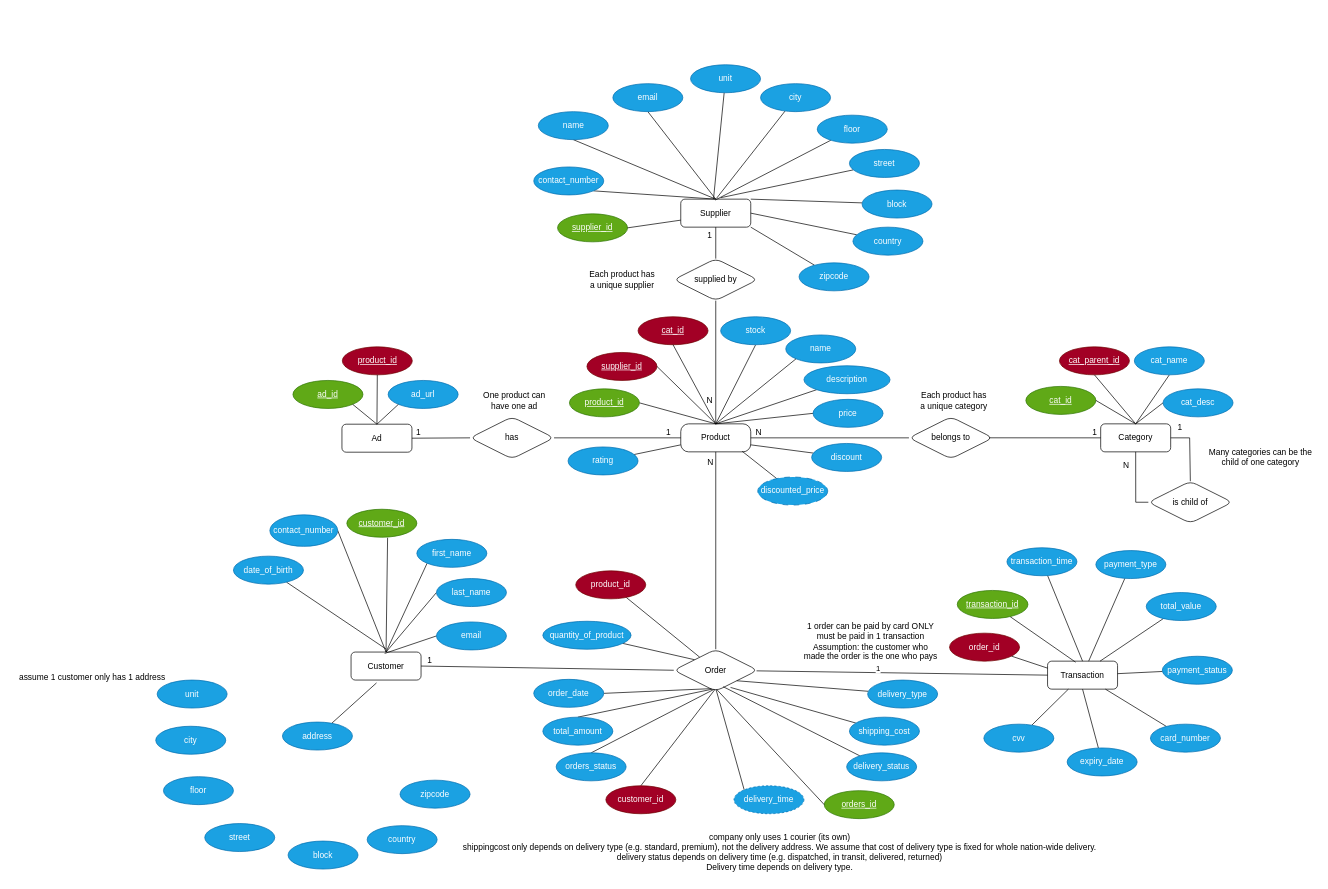
Earlier version of the draw.io diagram E_R_Diagram/ER_Diag.drawio (diego-karsa/Data-Management-Group-15). Source tidied: cells renumbered, new cells numbered last; positions are measured from the earlier drawing's top-left corner, leaving out a move shared by most shapes. Both pictures are drawn from the tidied source at 70%, with x=0, y=0 at pixel (12, 64).
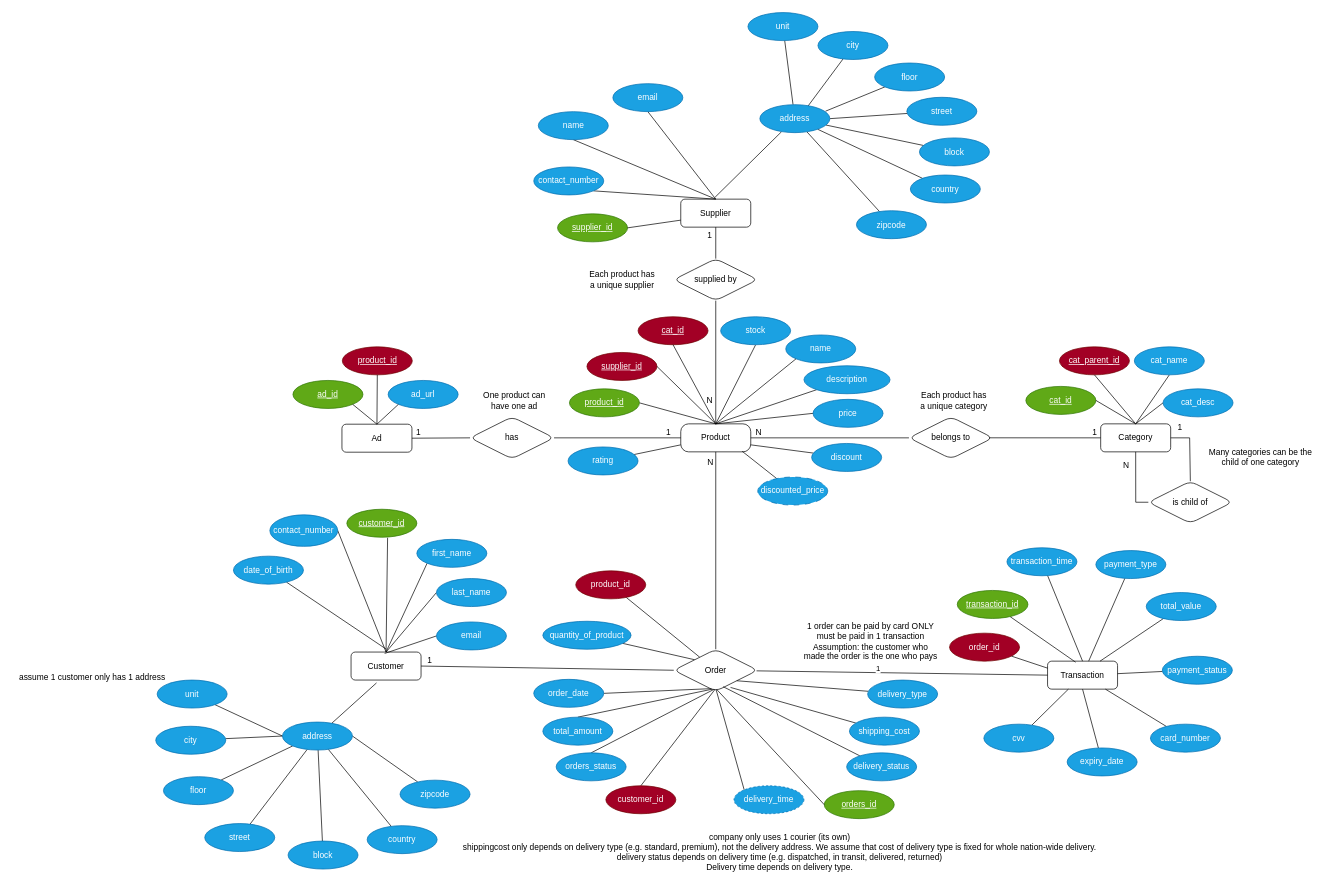
After the change.

The change refers to these unchanged cells:
```xml
<mxCell id="9" value="Supplier" style="whiteSpace=wrap;html=1;align=center;rounded=1;" parent="1" vertex="1">
  <mxGeometry x="955" y="192" width="100" height="40" as="geometry" />
</mxCell>
<mxCell id="113" value="&lt;div&gt;country&lt;/div&gt;" style="ellipse;whiteSpace=wrap;html=1;align=center;fontStyle=0;rounded=1;fillColor=#1ba1e2;fontColor=#ffffff;strokeColor=#006EAF;" parent="1" vertex="1">
  <mxGeometry x="507" y="1087" width="100" height="40" as="geometry" />
</mxCell>
<mxCell id="114" value="&lt;div&gt;unit&lt;/div&gt;" style="ellipse;whiteSpace=wrap;html=1;align=center;fontStyle=0;rounded=1;fillColor=#1ba1e2;fontColor=#ffffff;strokeColor=#006EAF;" parent="1" vertex="1">
  <mxGeometry x="207" y="879" width="100" height="40" as="geometry" />
</mxCell>
<mxCell id="115" value="&lt;div&gt;city&lt;/div&gt;" style="ellipse;whiteSpace=wrap;html=1;align=center;fontStyle=0;rounded=1;fillColor=#1ba1e2;fontColor=#ffffff;strokeColor=#006EAF;" parent="1" vertex="1">
  <mxGeometry x="205" y="945" width="100" height="40" as="geometry" />
</mxCell>
<mxCell id="116" value="&lt;div&gt;street&lt;/div&gt;" style="ellipse;whiteSpace=wrap;html=1;align=center;fontStyle=0;rounded=1;fillColor=#1ba1e2;fontColor=#ffffff;strokeColor=#006EAF;" parent="1" vertex="1">
  <mxGeometry x="275" y="1084" width="100" height="40" as="geometry" />
</mxCell>
<mxCell id="117" value="&lt;div&gt;block&lt;/div&gt;" style="ellipse;whiteSpace=wrap;html=1;align=center;fontStyle=0;rounded=1;fillColor=#1ba1e2;fontColor=#ffffff;strokeColor=#006EAF;" parent="1" vertex="1">
  <mxGeometry x="394" y="1109" width="100" height="40" as="geometry" />
</mxCell>
<mxCell id="122" value="&lt;div&gt;floor&lt;/div&gt;" style="ellipse;whiteSpace=wrap;html=1;align=center;fontStyle=0;rounded=1;fillColor=#1ba1e2;fontColor=#ffffff;strokeColor=#006EAF;" parent="1" vertex="1">
  <mxGeometry x="216" y="1017" width="100" height="40" as="geometry" />
</mxCell>
<mxCell id="132" value="&lt;div&gt;zipcode&lt;/div&gt;" style="ellipse;whiteSpace=wrap;html=1;align=center;fontStyle=0;rounded=1;fillColor=#1ba1e2;fontColor=#ffffff;strokeColor=#006EAF;" parent="1" vertex="1">
  <mxGeometry x="554" y="1022" width="100" height="40" as="geometry" />
</mxCell>
<mxCell id="158" value="address" style="ellipse;whiteSpace=wrap;html=1;align=center;fontStyle=0;rounded=1;fillColor=#1ba1e2;fontColor=#ffffff;strokeColor=#006EAF;" parent="1" vertex="1">
  <mxGeometry x="386" y="939" width="100" height="40" as="geometry" />
</mxCell>
```

Diff of the diagram source:
```diff
@@
+    <mxCell id="159" style="edgeStyle=none;html=1;endArrow=none;endFill=0;" parent="1" edge="1" source="113" target="158">
+      <mxGeometry relative="1" as="geometry" />
+    </mxCell>
@@
+    <mxCell id="160" style="edgeStyle=none;html=1;entryX=0;entryY=0.5;entryDx=0;entryDy=0;endArrow=none;endFill=0;" parent="1" edge="1" source="114" target="158">
+      <mxGeometry relative="1" as="geometry" />
+    </mxCell>
@@
+    <mxCell id="161" style="edgeStyle=none;html=1;entryX=0;entryY=0.5;entryDx=0;entryDy=0;endArrow=none;endFill=0;" parent="1" edge="1" source="115" target="158">
+      <mxGeometry relative="1" as="geometry" />
+    </mxCell>
@@
+    <mxCell id="162" style="edgeStyle=none;html=1;endArrow=none;endFill=0;" parent="1" edge="1" source="116" target="158">
+      <mxGeometry relative="1" as="geometry" />
+    </mxCell>
@@
+    <mxCell id="163" style="edgeStyle=none;html=1;endArrow=none;endFill=0;" parent="1" edge="1" source="117" target="158">
+      <mxGeometry relative="1" as="geometry" />
+    </mxCell>
@@
+    <mxCell id="164" style="edgeStyle=none;html=1;entryX=0;entryY=1;entryDx=0;entryDy=0;endArrow=none;endFill=0;" parent="1" edge="1" source="122" target="158">
+      <mxGeometry relative="1" as="geometry" />
+    </mxCell>
@@
+    <mxCell id="165" style="edgeStyle=none;html=1;entryX=1;entryY=0.5;entryDx=0;entryDy=0;endArrow=none;endFill=0;" parent="1" edge="1" source="132" target="158">
+      <mxGeometry relative="1" as="geometry" />
+    </mxCell>
@@
-    <mxCell id="133" style="edgeStyle=none;html=1;entryX=1;entryY=0.5;entryDx=0;entryDy=0;endArrow=none;endFill=0;" parent="1" edge="1" source="134" target="9">
-      <mxGeometry relative="1" as="geometry" />
-    </mxCell>
-    <mxCell id="134" value="&lt;div&gt;country&lt;/div&gt;" style="ellipse;whiteSpace=wrap;html=1;align=center;fontStyle=0;rounded=1;fillColor=#1ba1e2;fontColor=#ffffff;strokeColor=#006EAF;" parent="1" vertex="1">
-      <mxGeometry x="1201" y="232" width="100" height="40" as="geometry" />
-    </mxCell>
-    <mxCell id="135" style="edgeStyle=none;html=1;endArrow=none;endFill=0;" parent="1" edge="1" source="136">
-      <mxGeometry relative="1" as="geometry">
-        <mxPoint x="1001.8" y="191.6" as="targetPoint" />
-      </mxGeometry>
-    </mxCell>
-    <mxCell id="136" value="&lt;div&gt;unit&lt;/div&gt;" style="ellipse;whiteSpace=wrap;html=1;align=center;fontStyle=0;rounded=1;fillColor=#1ba1e2;fontColor=#ffffff;strokeColor=#006EAF;" parent="1" vertex="1">
-      <mxGeometry x="969" width="100" height="40" as="geometry" />
-    </mxCell>
-    <mxCell id="137" style="edgeStyle=none;html=1;endArrow=none;endFill=0;" parent="1" edge="1" source="138">
-      <mxGeometry relative="1" as="geometry">
-        <mxPoint x="1006.1" y="190.8" as="targetPoint" />
-      </mxGeometry>
-    </mxCell>
-    <mxCell id="138" value="&lt;div&gt;city&lt;/div&gt;" style="ellipse;whiteSpace=wrap;html=1;align=center;fontStyle=0;rounded=1;fillColor=#1ba1e2;fontColor=#ffffff;strokeColor=#006EAF;" parent="1" vertex="1">
-      <mxGeometry x="1069" y="27" width="100" height="40" as="geometry" />
-    </mxCell>
-    <mxCell id="139" style="edgeStyle=none;html=1;endArrow=none;endFill=0;" parent="1" edge="1" source="140">
-      <mxGeometry relative="1" as="geometry">
-        <mxPoint x="1012.2" y="189.9" as="targetPoint" />
-      </mxGeometry>
-    </mxCell>
-    <mxCell id="140" value="&lt;div&gt;street&lt;/div&gt;" style="ellipse;whiteSpace=wrap;html=1;align=center;fontStyle=0;rounded=1;fillColor=#1ba1e2;fontColor=#ffffff;strokeColor=#006EAF;" parent="1" vertex="1">
-      <mxGeometry x="1196" y="121" width="100" height="40" as="geometry" />
-    </mxCell>
-    <mxCell id="141" style="edgeStyle=none;html=1;entryX=1;entryY=0;entryDx=0;entryDy=0;endArrow=none;endFill=0;" parent="1" edge="1" source="142" target="9">
-      <mxGeometry relative="1" as="geometry" />
-    </mxCell>
-    <mxCell id="142" value="&lt;div&gt;block&lt;/div&gt;" style="ellipse;whiteSpace=wrap;html=1;align=center;fontStyle=0;rounded=1;fillColor=#1ba1e2;fontColor=#ffffff;strokeColor=#006EAF;" parent="1" vertex="1">
-      <mxGeometry x="1214" y="179" width="100" height="40" as="geometry" />
-    </mxCell>
-    <mxCell id="143" style="edgeStyle=none;html=1;endArrow=none;endFill=0;" parent="1" edge="1" source="144">
-      <mxGeometry relative="1" as="geometry">
-        <mxPoint x="1004.3" y="193.3" as="targetPoint" />
-      </mxGeometry>
-    </mxCell>
-    <mxCell id="144" value="&lt;div&gt;floor&lt;/div&gt;" style="ellipse;whiteSpace=wrap;html=1;align=center;fontStyle=0;rounded=1;fillColor=#1ba1e2;fontColor=#ffffff;strokeColor=#006EAF;" parent="1" vertex="1">
-      <mxGeometry x="1150" y="72" width="100" height="40" as="geometry" />
-    </mxCell>
-    <mxCell id="145" style="edgeStyle=none;html=1;entryX=1;entryY=1;entryDx=0;entryDy=0;endArrow=none;endFill=0;" parent="1" edge="1" source="146" target="9">
-      <mxGeometry relative="1" as="geometry" />
-    </mxCell>
-    <mxCell id="146" value="&lt;div&gt;zipcode&lt;/div&gt;" style="ellipse;whiteSpace=wrap;html=1;align=center;fontStyle=0;rounded=1;fillColor=#1ba1e2;fontColor=#ffffff;strokeColor=#006EAF;" parent="1" vertex="1">
-      <mxGeometry x="1124" y="283" width="100" height="40" as="geometry" />
-    </mxCell>
@@
+    <mxCell id="166" style="edgeStyle=none;html=1;endArrow=none;endFill=0;" parent="1" edge="1" source="136" target="174">
+      <mxGeometry relative="1" as="geometry" />
+    </mxCell>
+    <mxCell id="136" value="&lt;div&gt;unit&lt;/div&gt;" style="ellipse;whiteSpace=wrap;html=1;align=center;fontStyle=0;rounded=1;fillColor=#1ba1e2;fontColor=#ffffff;strokeColor=#006EAF;" parent="1" vertex="1">
+      <mxGeometry x="1051" y="-74.5" width="100" height="40" as="geometry" />
+    </mxCell>
+    <mxCell id="167" style="edgeStyle=none;html=1;entryX=0.681;entryY=0.074;entryDx=0;entryDy=0;entryPerimeter=0;endArrow=none;endFill=0;" parent="1" edge="1" source="138" target="174">
+      <mxGeometry relative="1" as="geometry" />
+    </mxCell>
+    <mxCell id="138" value="&lt;div&gt;city&lt;/div&gt;" style="ellipse;whiteSpace=wrap;html=1;align=center;fontStyle=0;rounded=1;fillColor=#1ba1e2;fontColor=#ffffff;strokeColor=#006EAF;" parent="1" vertex="1">
+      <mxGeometry x="1151" y="-47.5" width="100" height="40" as="geometry" />
+    </mxCell>
+    <mxCell id="168" style="edgeStyle=none;html=1;entryX=0.937;entryY=0.235;entryDx=0;entryDy=0;entryPerimeter=0;endArrow=none;endFill=0;" parent="1" edge="1" source="144" target="174">
+      <mxGeometry relative="1" as="geometry" />
+    </mxCell>
+    <mxCell id="144" value="&lt;div&gt;floor&lt;/div&gt;" style="ellipse;whiteSpace=wrap;html=1;align=center;fontStyle=0;rounded=1;fillColor=#1ba1e2;fontColor=#ffffff;strokeColor=#006EAF;" parent="1" vertex="1">
+      <mxGeometry x="1232" y="-2.5" width="100" height="40" as="geometry" />
+    </mxCell>
+    <mxCell id="169" style="edgeStyle=none;html=1;entryX=1;entryY=0.5;entryDx=0;entryDy=0;endArrow=none;endFill=0;" parent="1" edge="1" source="140" target="174">
+      <mxGeometry relative="1" as="geometry" />
+    </mxCell>
+    <mxCell id="140" value="&lt;div&gt;street&lt;/div&gt;" style="ellipse;whiteSpace=wrap;html=1;align=center;fontStyle=0;rounded=1;fillColor=#1ba1e2;fontColor=#ffffff;strokeColor=#006EAF;" parent="1" vertex="1">
+      <mxGeometry x="1278" y="46.5" width="100" height="40" as="geometry" />
+    </mxCell>
+    <mxCell id="170" style="edgeStyle=none;html=1;endArrow=none;endFill=0;" parent="1" edge="1" source="142" target="174">
+      <mxGeometry relative="1" as="geometry" />
+    </mxCell>
+    <mxCell id="142" value="&lt;div&gt;block&lt;/div&gt;" style="ellipse;whiteSpace=wrap;html=1;align=center;fontStyle=0;rounded=1;fillColor=#1ba1e2;fontColor=#ffffff;strokeColor=#006EAF;" parent="1" vertex="1">
+      <mxGeometry x="1296" y="104.5" width="100" height="40" as="geometry" />
+    </mxCell>
+    <mxCell id="171" style="edgeStyle=none;html=1;endArrow=none;endFill=0;" parent="1" edge="1" source="134" target="174">
+      <mxGeometry relative="1" as="geometry" />
+    </mxCell>
+    <mxCell id="134" value="&lt;div&gt;country&lt;/div&gt;" style="ellipse;whiteSpace=wrap;html=1;align=center;fontStyle=0;rounded=1;fillColor=#1ba1e2;fontColor=#ffffff;strokeColor=#006EAF;" parent="1" vertex="1">
+      <mxGeometry x="1283" y="157.5" width="100" height="40" as="geometry" />
+    </mxCell>
+    <mxCell id="172" style="edgeStyle=none;html=1;endArrow=none;endFill=0;" parent="1" edge="1" source="146" target="174">
+      <mxGeometry relative="1" as="geometry" />
+    </mxCell>
+    <mxCell id="146" value="&lt;div&gt;zipcode&lt;/div&gt;" style="ellipse;whiteSpace=wrap;html=1;align=center;fontStyle=0;rounded=1;fillColor=#1ba1e2;fontColor=#ffffff;strokeColor=#006EAF;" parent="1" vertex="1">
+      <mxGeometry x="1206" y="208.5" width="100" height="40" as="geometry" />
+    </mxCell>
+    <mxCell id="173" style="edgeStyle=none;html=1;endArrow=none;endFill=0;" parent="1" edge="1" source="174">
+      <mxGeometry relative="1" as="geometry">
+        <mxPoint x="1004" y="189.3" as="targetPoint" />
+      </mxGeometry>
+    </mxCell>
+    <mxCell id="174" value="address" style="ellipse;whiteSpace=wrap;html=1;align=center;fontStyle=0;rounded=1;fillColor=#1ba1e2;fontColor=#ffffff;strokeColor=#006EAF;" parent="1" vertex="1">
+      <mxGeometry x="1068" y="57" width="100" height="40" as="geometry" />
+    </mxCell>
```
